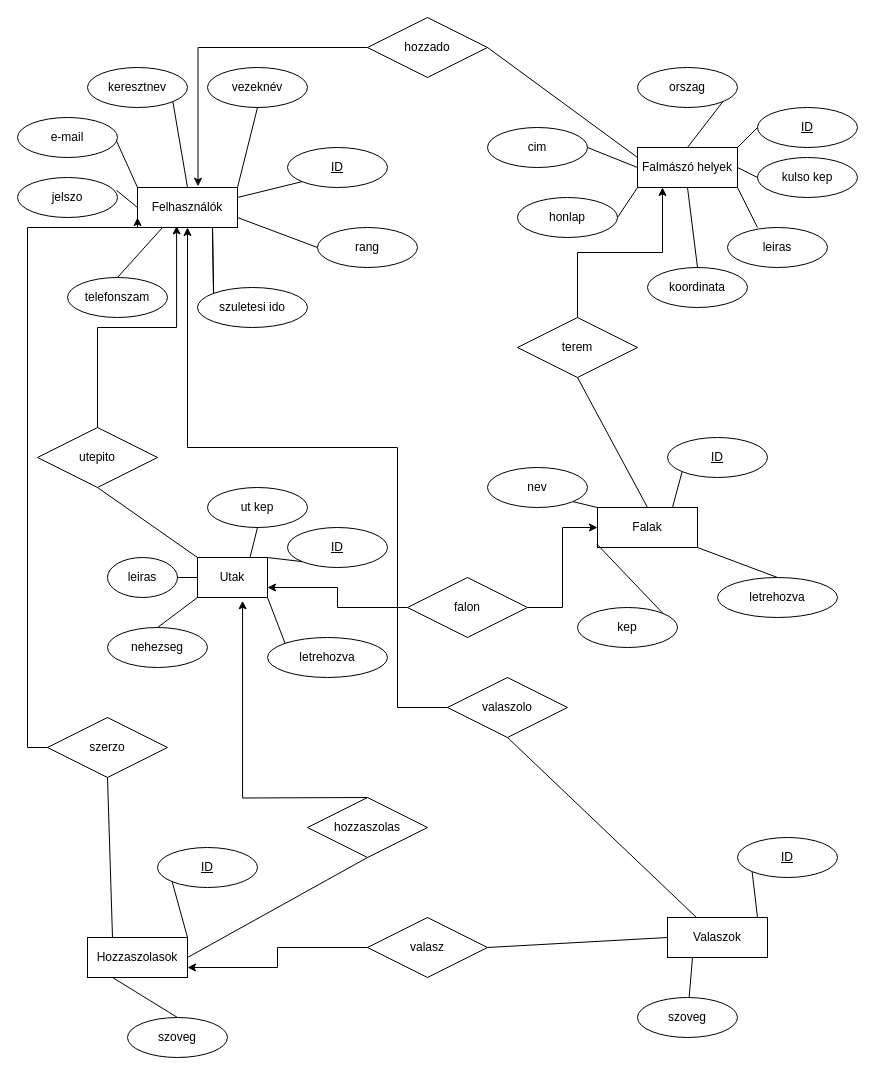
meszarosmarton1007/szakdolgozatFalmaszas keeps this draw.io diagram as docs/db diagram/falmaszasdb_ek.drawio. Above is the earlier version. Source tidied: cells renumbered, new cells numbered last; positions are measured from the earlier drawing's top-left corner, leaving out a move shared by most shapes. Both pictures are drawn from the tidied source at 100%, with x=0, y=0 at pixel (17, 17).
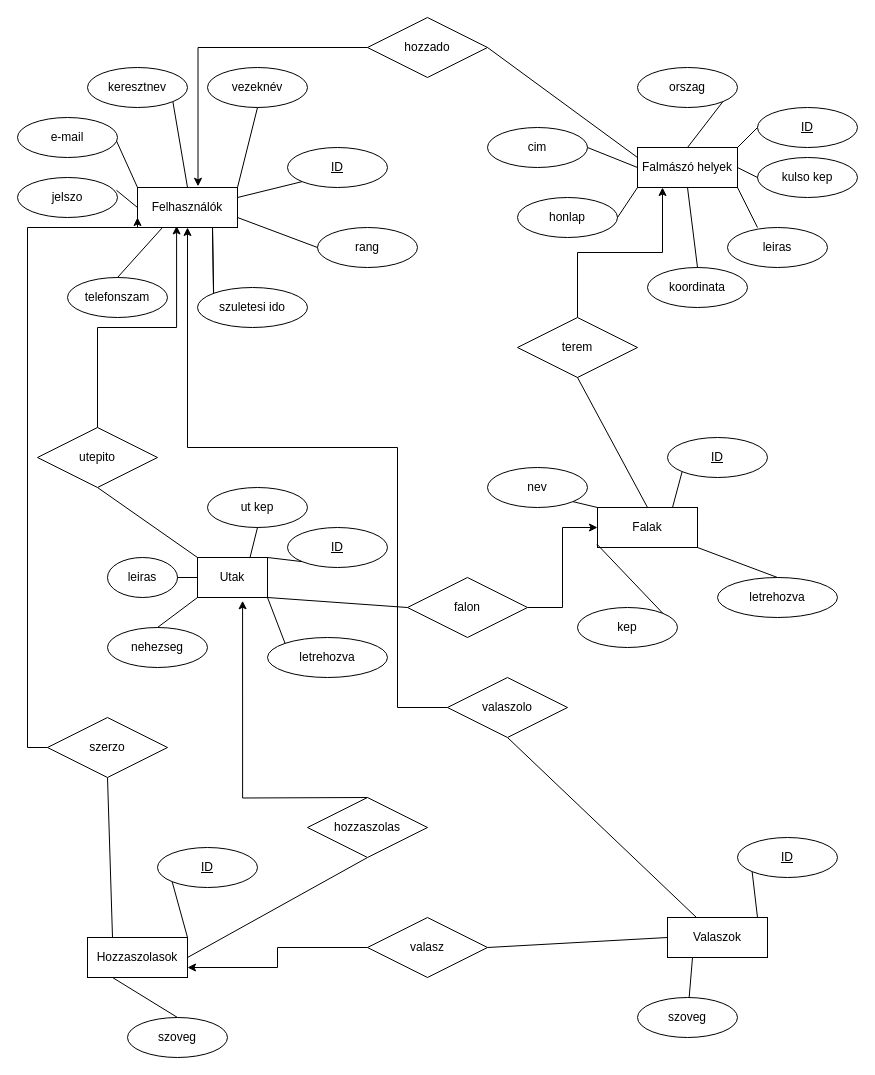
Above is the later version.

Commit message (it also covers changes not shown here):
módosítások visszavonása

The change refers to these unchanged cells:
```xml
<mxCell id="26" value="Utak" style="whiteSpace=wrap;html=1;align=center;" parent="1" vertex="1">
  <mxGeometry x="180" y="540" width="70" height="40" as="geometry" />
</mxCell>
<mxCell id="76" value="falon" style="shape=rhombus;perimeter=rhombusPerimeter;whiteSpace=wrap;html=1;align=center;" parent="1" vertex="1">
  <mxGeometry x="390" y="560" width="120" height="60" as="geometry" />
</mxCell>
```

Change to the diagram source:
```diff
@@
+    <mxCell id="89" style="endArrow=none;html=1;rounded=0;exitX=1;exitY=1;exitDx=0;exitDy=0;entryX=0;entryY=0.5;entryDx=0;entryDy=0;" parent="1" edge="1" source="26" target="76">
+      <mxGeometry relative="1" as="geometry" />
+    </mxCell>
@@
-    <mxCell id="75" style="edgeStyle=orthogonalEdgeStyle;rounded=0;jettySize=auto;html=1;entryX=1;entryY=0.75;entryDx=0;entryDy=0;" parent="1" edge="1" source="76" target="26">
-      <mxGeometry relative="1" as="geometry" />
-    </mxCell>
```
